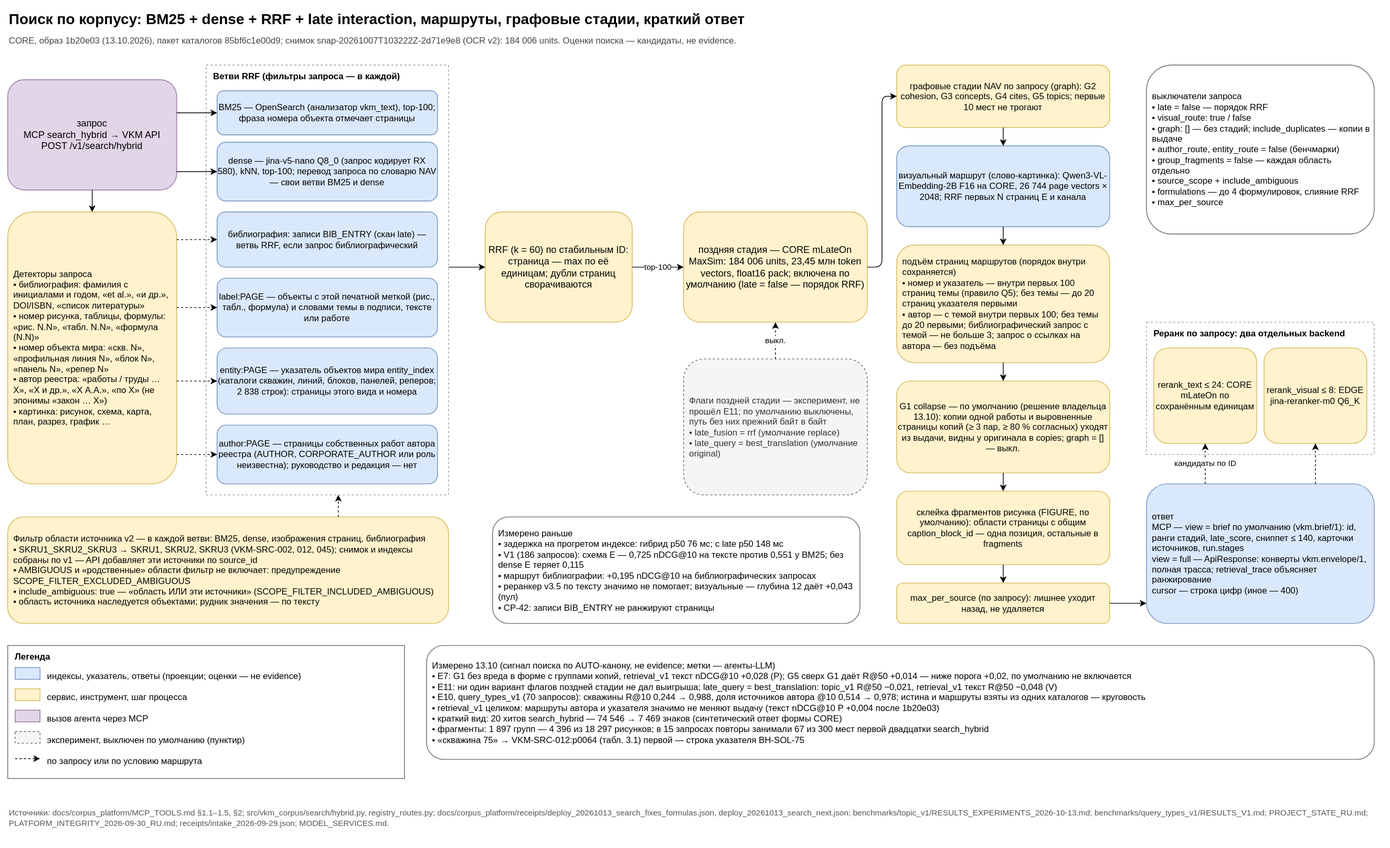
The draw.io diagram docs/diagrams/hybrid_search.svg in SUKUNA-AI/vkm-subsidence-forecasting, before a commit. Source tidied: cells renumbered, new cells last; positions are measured from the earlier drawing's top-left corner, leaving out a move shared by most shapes.
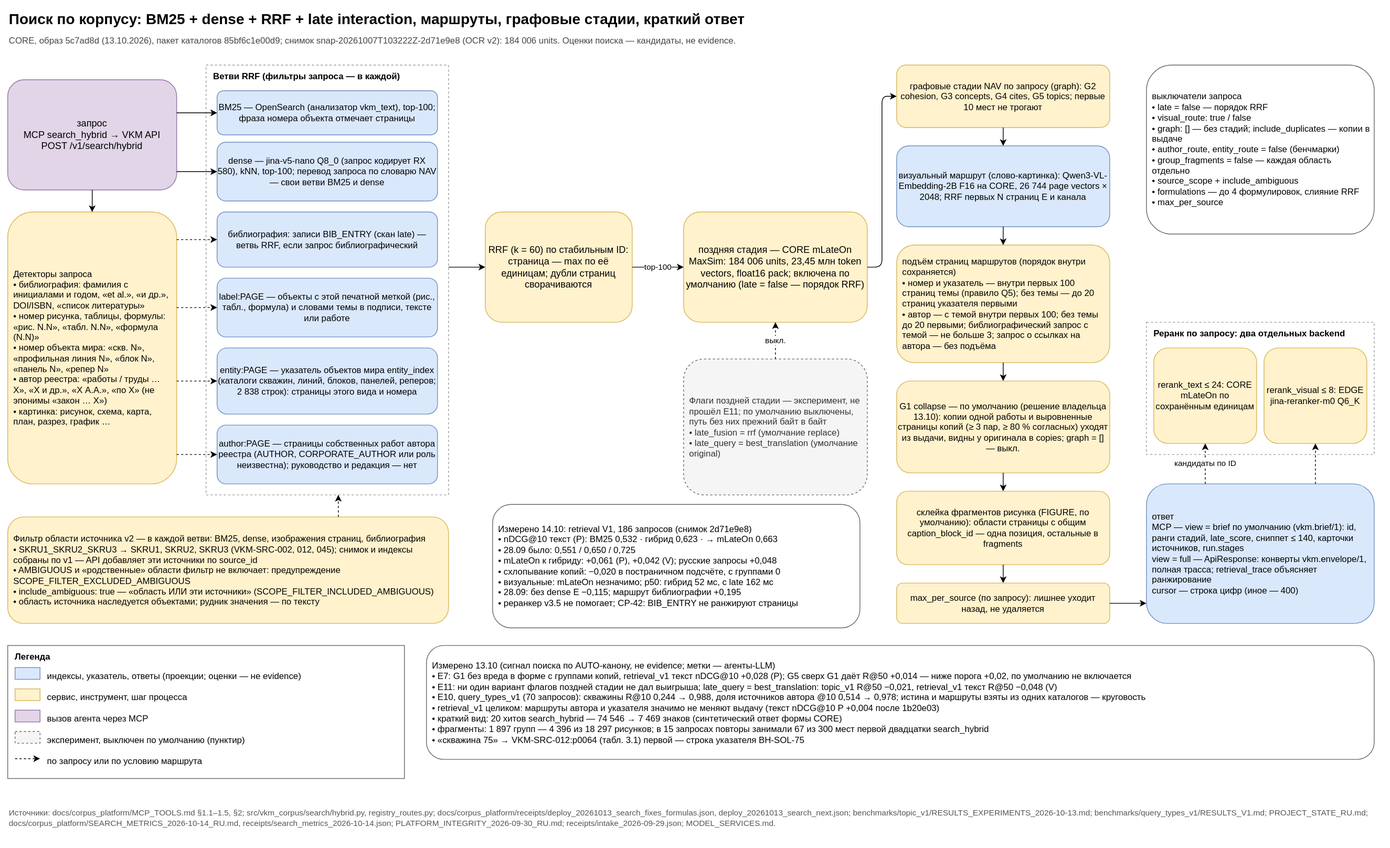
The same file after the commit.

Commit message:
Поиск: повтор retrieval V1 на живом CORE (14.10) и обновление схемы гибридного поиска

The edit, as a diff of the source:
```diff
@@ -5,7 +5,7 @@
     <mxCell id="2" value="Поиск по корпусу: BM25 + dense + RRF + late interaction, маршруты, графовые стадии, краткий ответ" style="text;align=left;fontSize=20;fontStyle=1;html=1;verticalAlign=middle;whiteSpace=wrap;" parent="1" vertex="1">
       <mxGeometry width="1860" height="30" as="geometry" />
     </mxCell>
-    <mxCell id="3" value="CORE, образ 1b20e03 (13.10.2026), пакет каталогов 85bf6c1e00d9; снимок snap-20261007T103222Z-2d71e9e8 (OCR v2): 184 006 units. Оценки поиска — кандидаты, не evidence." style="text;align=left;fontColor=#444444;fontSize=12;html=1;verticalAlign=middle;whiteSpace=wrap;" parent="1" vertex="1">
+    <mxCell id="3" value="CORE, образ 5c7ad8d (13.10.2026), пакет каталогов 85bf6c1e00d9; снимок snap-20261007T103222Z-2d71e9e8 (OCR v2): 184 006 units. Оценки поиска — кандидаты, не evidence." style="text;align=left;fontColor=#444444;fontSize=12;html=1;verticalAlign=middle;whiteSpace=wrap;" parent="1" vertex="1">
       <mxGeometry y="32" width="1860" height="25" as="geometry" />
     </mxCell>
     <mxCell id="4" value="запрос&lt;br&gt;MCP search_hybrid → VKM API&lt;br&gt;POST /v1/search/hybrid" style="fillColor=#e1d5e7;fontSize=13;html=1;rounded=1;strokeColor=#9673a6;whiteSpace=wrap;" parent="1" vertex="1">
@@ -80,8 +80,8 @@
     <mxCell id="27" value="выключатели запроса&lt;br&gt;• late = false — порядок RRF&lt;br&gt;• visual_route: true / false&lt;br&gt;• graph: [] — без стадий; include_duplicates — копии в выдаче&lt;br&gt;• author_route, entity_route = false (бенчмарки)&lt;br&gt;• group_fragments = false — каждая область отдельно&lt;br&gt;• source_scope + include_ambiguous&lt;br&gt;• formulations — до 4 формулировок, слияние RRF&lt;br&gt;• max_per_source" style="align=left;fillColor=#ffffff;fontSize=12;html=1;rounded=1;spacingLeft=6;spacingRight=4;strokeColor=#666666;whiteSpace=wrap;" parent="1" vertex="1">
       <mxGeometry x="1550" y="78" width="310" height="230" as="geometry" />
     </mxCell>
-    <mxCell id="28" value="Измерено раньше&lt;br&gt;• задержка на прогретом индексе: гибрид p50 76 мс; с late p50 148 мс&lt;br&gt;• V1 (186 запросов): схема E — 0,725 nDCG@10 на тексте против 0,551 у BM25; без dense E теряет 0,115&lt;br&gt;• маршрут библиографии: +0,195 nDCG@10 на библиографических запросах&lt;br&gt;• реранкер v3.5 по тексту значимо не помогает; визуальные — глубина 12 даёт +0,043 (пул)&lt;br&gt;• CP-42: записи BIB_ENTRY не ранжируют страницы" style="align=left;fillColor=#ffffff;fontSize=12;html=1;rounded=1;spacingLeft=6;spacingRight=4;strokeColor=#666666;whiteSpace=wrap;" parent="1" vertex="1">
-      <mxGeometry x="660" y="693" width="500" height="145" as="geometry" />
+    <mxCell id="28" value="Измерено 14.10: retrieval V1, 186 запросов (снимок 2d71e9e8)&lt;br&gt;• nDCG@10 текст (P): BM25 0,532 · гибрид 0,623 · → mLateOn 0,663&lt;br&gt;• 28.09 было: 0,551 / 0,650 / 0,725&lt;br&gt;• mLateOn к гибриду: +0,061 (P), +0,042 (V); русские запросы +0,048&lt;br&gt;• схлопывание копий: −0,020 в постраничном подсчёте, с группами 0&lt;br&gt;• визуальные: mLateOn незначимо; p50: гибрид 52 мс, с late 162 мс&lt;br&gt;• 28.09: без dense E −0,115; маршрут библиографии +0,195&lt;br&gt;• реранкер v3.5 не помогает; CP-42: BIB_ENTRY не ранжируют страницы" style="align=left;fillColor=#ffffff;fontSize=12;html=1;rounded=1;spacingLeft=6;spacingRight=4;strokeColor=#666666;whiteSpace=wrap;" parent="1" vertex="1">
+      <mxGeometry x="660" y="676" width="500" height="168" as="geometry" />
     </mxCell>
     <mxCell id="29" value="Измерено 13.10 (сигнал поиска по AUTO-канону, не evidence; метки — агенты-LLM)&lt;br&gt;• E7: G1 без вреда в форме с группами копий, retrieval_v1 текст nDCG@10 +0,028 (P); G5 сверх G1 даёт R@50 +0,014 — ниже порога +0,02, по умолчанию не включается&lt;br&gt;• E11: ни один вариант флагов поздней стадии не дал выигрыша; late_query = best_translation: topic_v1 R@50 −0,021, retrieval_v1 текст R@50 −0,048 (V)&lt;br&gt;• E10, query_types_v1 (70 запросов): скважины R@10 0,244 → 0,988, доля источников автора @10 0,514 → 0,978; истина и маршруты взяты из одних каталогов — круговость&lt;br&gt;• retrieval_v1 целиком: маршруты автора и указателя значимо не меняют выдачу (текст nDCG@10 P +0,004 после 1b20e03)&lt;br&gt;• краткий вид: 20 хитов search_hybrid — 74 546 → 7 469 знаков (синтетический ответ формы CORE)&lt;br&gt;• фрагменты: 1 897 групп — 4 396 из 18 297 рисунков; в 15 запросах повторы занимали 67 из 300 мест первой двадцатки search_hybrid&lt;br&gt;• «скважина 75» → VKM-SRC-012:p0064 (табл. 3.1) первой — строка указателя BH-SOL-75" style="align=left;fillColor=#ffffff;fontSize=12;html=1;rounded=1;spacingLeft=6;spacingRight=4;strokeColor=#666666;whiteSpace=wrap;" parent="1" vertex="1">
       <mxGeometry x="570" y="868" width="1290" height="155" as="geometry" />
@@ -122,7 +122,7 @@
     <mxCell id="41" value="по запросу или по условию маршрута" style="text;align=left;fontSize=12;html=1;verticalAlign=top;whiteSpace=wrap;" parent="30" vertex="1">
       <mxGeometry x="52" y="144" width="480" height="25" as="geometry" />
     </mxCell>
-    <mxCell id="42" value="Источники: docs/corpus_platform/MCP_TOOLS.md §1.1–1.5, §2; src/vkm_corpus/search/hybrid.py, registry_routes.py; docs/corpus_platform/receipts/deploy_20261013_search_fixes_formulas.json, deploy_20261013_search_next.json; benchmarks/topic_v1/RESULTS_EXPERIMENTS_2026-10-13.md; benchmarks/query_types_v1/RESULTS_V1.md; PROJECT_STATE_RU.md; PLATFORM_INTEGRITY_2026-09-30_RU.md; receipts/intake_2026-09-29.json; MODEL_SERVICES.md." style="text;align=left;fontColor=#555555;fontSize=11;html=1;verticalAlign=middle;whiteSpace=wrap;" parent="1" vertex="1">
+    <mxCell id="42" value="Источники: docs/corpus_platform/MCP_TOOLS.md §1.1–1.5, §2; src/vkm_corpus/search/hybrid.py, registry_routes.py; docs/corpus_platform/receipts/deploy_20261013_search_fixes_formulas.json, deploy_20261013_search_next.json; benchmarks/topic_v1/RESULTS_EXPERIMENTS_2026-10-13.md; benchmarks/query_types_v1/RESULTS_V1.md; PROJECT_STATE_RU.md; docs/corpus_platform/SEARCH_METRICS_2026-10-14_RU.md, receipts/search_metrics_2026-10-14.json; PLATFORM_INTEGRITY_2026-09-30_RU.md; receipts/intake_2026-09-29.json; MODEL_SERVICES.md." style="text;align=left;fontColor=#555555;fontSize=11;html=1;verticalAlign=middle;whiteSpace=wrap;" parent="1" vertex="1">
       <mxGeometry y="1083" width="1860" height="40" as="geometry" />
     </mxCell>
     <mxCell id="43" style="edgeStyle=orthogonalEdgeStyle;endArrow=classic;entryDx=0;entryDy=0;entryX=0;entryY=0.5;exitDx=0;exitDy=0;exitX=1;exitY=0.3;fontSize=11;html=1;labelBackgroundColor=#ffffff;rounded=1;" parent="1" edge="1" source="4" target="7">
```
